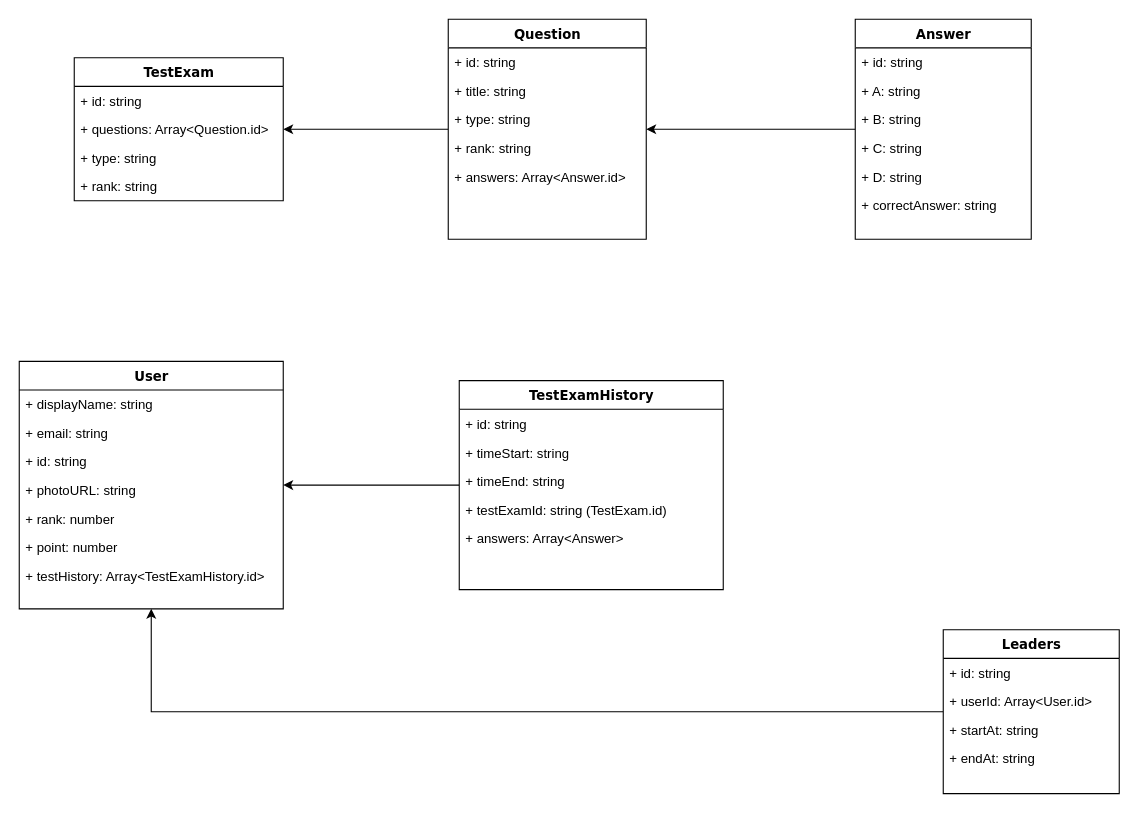
nguyenbinhanltv/EnQ-server keeps this draw.io diagram as Prototype/Untitled Diagram.drawio. Above is the earlier version. Source tidied: cells renumbered, new cells numbered last; positions are measured from the earlier drawing's top-left corner, leaving out a move shared by most shapes. Both pictures are drawn from the tidied source at 110%, with x=0, y=0 at pixel (19, 19).
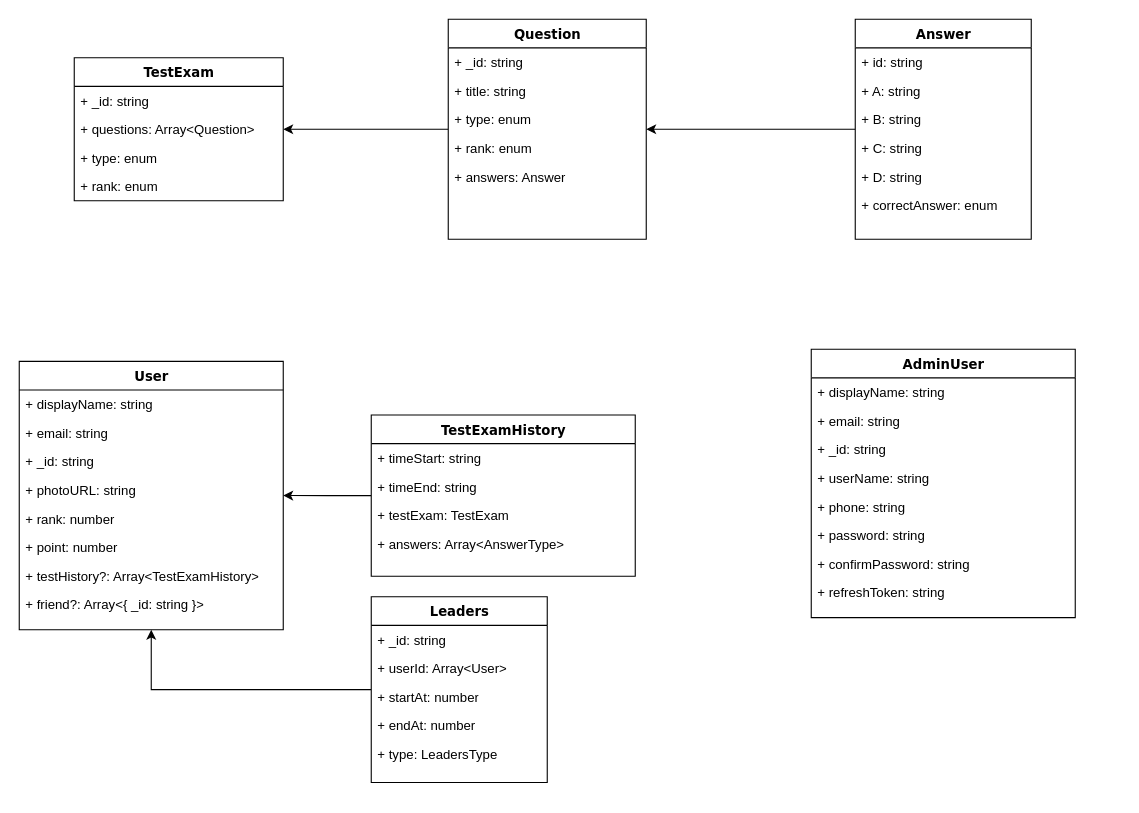
After the change.

Unchanged cells that the change refers to:
```xml
<mxCell id="4" value="TestExam" style="swimlane;html=1;fontStyle=1;align=center;verticalAlign=top;horizontal=1;startSize=26;swimlaneFillColor=#ffffff;rounded=0;shadow=0;comic=0;labelBackgroundColor=none;strokeWidth=1;fillColor=none;fontFamily=Verdana;fontSize=12;" parent="1" vertex="1">
  <mxGeometry x="50" y="35" width="190" height="130" as="geometry" />
</mxCell>
<mxCell id="9" value="Question" style="swimlane;html=1;fontStyle=1;align=center;verticalAlign=top;horizontal=1;startSize=26;swimlaneFillColor=#ffffff;rounded=0;shadow=0;comic=0;labelBackgroundColor=none;strokeWidth=1;fillColor=none;fontFamily=Verdana;fontSize=12;" parent="1" vertex="1">
  <mxGeometry x="390" width="180" height="200" as="geometry" />
</mxCell>
<mxCell id="15" value="Answer" style="swimlane;html=1;fontStyle=1;align=center;verticalAlign=top;horizontal=1;startSize=26;swimlaneFillColor=#ffffff;rounded=0;shadow=0;comic=0;labelBackgroundColor=none;strokeWidth=1;fillColor=none;fontFamily=Verdana;fontSize=12;" parent="1" vertex="1">
  <mxGeometry x="760" width="160" height="200" as="geometry" />
</mxCell>
```

What changed in the source:
```diff
@@
-    <mxCell id="5" value="+ id: string" style="text;html=1;strokeColor=none;fillColor=none;align=left;verticalAlign=top;spacingLeft=4;spacingRight=4;whiteSpace=wrap;overflow=hidden;" parent="4" vertex="1">
+    <mxCell id="5" value="+ _id: string" style="text;html=1;strokeColor=none;fillColor=none;align=left;verticalAlign=top;spacingLeft=4;spacingRight=4;whiteSpace=wrap;overflow=hidden;" parent="4" vertex="1">
       <mxGeometry y="26" width="190" height="26" as="geometry" />
     </mxCell>
-    <mxCell id="6" value="+ questions: Array&amp;lt;Question.id&amp;gt;" style="text;html=1;strokeColor=none;fillColor=none;align=left;verticalAlign=top;spacingLeft=4;spacingRight=4;whiteSpace=wrap;overflow=hidden;" parent="4" vertex="1">
+    <mxCell id="6" value="+ questions: Array&amp;lt;Question&amp;gt;" style="text;html=1;strokeColor=none;fillColor=none;align=left;verticalAlign=top;spacingLeft=4;spacingRight=4;whiteSpace=wrap;overflow=hidden;" parent="4" vertex="1">
       <mxGeometry y="52" width="190" height="26" as="geometry" />
     </mxCell>
-    <mxCell id="7" value="+ type: string" style="text;html=1;strokeColor=none;fillColor=none;align=left;verticalAlign=top;spacingLeft=4;spacingRight=4;whiteSpace=wrap;overflow=hidden;" parent="4" vertex="1">
+    <mxCell id="7" value="+ type: enum" style="text;html=1;strokeColor=none;fillColor=none;align=left;verticalAlign=top;spacingLeft=4;spacingRight=4;whiteSpace=wrap;overflow=hidden;" parent="4" vertex="1">
       <mxGeometry y="78" width="190" height="26" as="geometry" />
     </mxCell>
-    <mxCell id="8" value="+ rank: string" style="text;html=1;strokeColor=none;fillColor=none;align=left;verticalAlign=top;spacingLeft=4;spacingRight=4;whiteSpace=wrap;overflow=hidden;" parent="4" vertex="1">
+    <mxCell id="8" value="+ rank: enum" style="text;html=1;strokeColor=none;fillColor=none;align=left;verticalAlign=top;spacingLeft=4;spacingRight=4;whiteSpace=wrap;overflow=hidden;" parent="4" vertex="1">
       <mxGeometry y="104" width="190" height="26" as="geometry" />
     </mxCell>
@@
-    <mxCell id="10" value="+ id: string" style="text;html=1;strokeColor=none;fillColor=none;align=left;verticalAlign=top;spacingLeft=4;spacingRight=4;whiteSpace=wrap;overflow=hidden;" parent="9" vertex="1">
+    <mxCell id="10" value="+ _id: string" style="text;html=1;strokeColor=none;fillColor=none;align=left;verticalAlign=top;spacingLeft=4;spacingRight=4;whiteSpace=wrap;overflow=hidden;" parent="9" vertex="1">
       <mxGeometry y="26" width="180" height="26" as="geometry" />
     </mxCell>
@@
-    <mxCell id="12" value="+ type: string" style="text;html=1;strokeColor=none;fillColor=none;align=left;verticalAlign=top;spacingLeft=4;spacingRight=4;whiteSpace=wrap;overflow=hidden;" parent="9" vertex="1">
+    <mxCell id="12" value="+ type: enum" style="text;html=1;strokeColor=none;fillColor=none;align=left;verticalAlign=top;spacingLeft=4;spacingRight=4;whiteSpace=wrap;overflow=hidden;" parent="9" vertex="1">
       <mxGeometry y="78" width="180" height="26" as="geometry" />
     </mxCell>
-    <mxCell id="13" value="+ rank: string" style="text;html=1;strokeColor=none;fillColor=none;align=left;verticalAlign=top;spacingLeft=4;spacingRight=4;whiteSpace=wrap;overflow=hidden;" parent="9" vertex="1">
+    <mxCell id="13" value="+ rank: enum" style="text;html=1;strokeColor=none;fillColor=none;align=left;verticalAlign=top;spacingLeft=4;spacingRight=4;whiteSpace=wrap;overflow=hidden;" parent="9" vertex="1">
       <mxGeometry y="104" width="180" height="26" as="geometry" />
     </mxCell>
-    <mxCell id="14" value="+ answers: Array&amp;lt;Answer.id&amp;gt;" style="text;html=1;strokeColor=none;fillColor=none;align=left;verticalAlign=top;spacingLeft=4;spacingRight=4;whiteSpace=wrap;overflow=hidden;" parent="9" vertex="1">
+    <mxCell id="14" value="+ answers: Answer" style="text;html=1;strokeColor=none;fillColor=none;align=left;verticalAlign=top;spacingLeft=4;spacingRight=4;whiteSpace=wrap;overflow=hidden;" parent="9" vertex="1">
       <mxGeometry y="130" width="180" height="26" as="geometry" />
     </mxCell>
@@
-    <mxCell id="21" value="+ correctAnswer: string" style="text;html=1;strokeColor=none;fillColor=none;align=left;verticalAlign=top;spacingLeft=4;spacingRight=4;whiteSpace=wrap;overflow=hidden;" parent="15" vertex="1">
+    <mxCell id="21" value="+ correctAnswer: enum" style="text;html=1;strokeColor=none;fillColor=none;align=left;verticalAlign=top;spacingLeft=4;spacingRight=4;whiteSpace=wrap;overflow=hidden;" parent="15" vertex="1">
       <mxGeometry y="156" width="160" height="26" as="geometry" />
     </mxCell>
     <mxCell id="22" value="User" style="swimlane;html=1;fontStyle=1;align=center;verticalAlign=top;horizontal=1;startSize=26;swimlaneFillColor=#ffffff;rounded=0;shadow=0;comic=0;labelBackgroundColor=none;strokeWidth=1;fillColor=none;fontFamily=Verdana;fontSize=12;" parent="1" vertex="1">
-      <mxGeometry y="311" width="240" height="225" as="geometry" />
+      <mxGeometry y="311" width="240" height="244" as="geometry" />
     </mxCell>
@@
-    <mxCell id="25" value="+ id: string" style="text;html=1;strokeColor=none;fillColor=none;align=left;verticalAlign=top;spacingLeft=4;spacingRight=4;whiteSpace=wrap;overflow=hidden;" parent="22" vertex="1">
+    <mxCell id="25" value="+ _id: string" style="text;html=1;strokeColor=none;fillColor=none;align=left;verticalAlign=top;spacingLeft=4;spacingRight=4;whiteSpace=wrap;overflow=hidden;" parent="22" vertex="1">
       <mxGeometry y="78" width="240" height="26" as="geometry" />
     </mxCell>
@@
-    <mxCell id="29" value="+ testHistory: Array&amp;lt;TestExamHistory.id&amp;gt;" style="text;html=1;strokeColor=none;fillColor=none;align=left;verticalAlign=top;spacingLeft=4;spacingRight=4;whiteSpace=wrap;overflow=hidden;" parent="22" vertex="1">
+    <mxCell id="29" value="+ testHistory?: Array&amp;lt;TestExamHistory&amp;gt;" style="text;html=1;strokeColor=none;fillColor=none;align=left;verticalAlign=top;spacingLeft=4;spacingRight=4;whiteSpace=wrap;overflow=hidden;" parent="22" vertex="1">
       <mxGeometry y="182" width="240" height="26" as="geometry" />
     </mxCell>
+    <mxCell id="43" value="+ friend?: Array&amp;lt;{ _id: string }&amp;gt;" style="text;html=1;strokeColor=none;fillColor=none;align=left;verticalAlign=top;spacingLeft=4;spacingRight=4;whiteSpace=wrap;overflow=hidden;" parent="22" vertex="1">
+      <mxGeometry y="208" width="240" height="26" as="geometry" />
+    </mxCell>
@@
+    <mxCell id="37" style="edgeStyle=orthogonalEdgeStyle;rounded=0;jettySize=auto;html=1;entryX=0.5;entryY=1;entryDx=0;entryDy=0;" parent="1" edge="1" source="38" target="22">
+      <mxGeometry relative="1" as="geometry" />
+    </mxCell>
     <mxCell id="31" value="TestExamHistory" style="swimlane;html=1;fontStyle=1;align=center;verticalAlign=top;horizontal=1;startSize=26;swimlaneFillColor=#ffffff;rounded=0;shadow=0;comic=0;labelBackgroundColor=none;strokeWidth=1;fillColor=none;fontFamily=Verdana;fontSize=12;" parent="1" vertex="1">
-      <mxGeometry x="400" y="328.5" width="240" height="190" as="geometry" />
+      <mxGeometry x="320" y="359.8" width="240" height="146.5" as="geometry" />
     </mxCell>
-    <mxCell id="32" value="+ id: string&lt;br&gt;" style="text;html=1;strokeColor=none;fillColor=none;align=left;verticalAlign=top;spacingLeft=4;spacingRight=4;whiteSpace=wrap;overflow=hidden;" parent="31" vertex="1">
-      <mxGeometry y="26" width="240" height="26" as="geometry" />
-    </mxCell>
     <mxCell id="33" value="+ timeStart: string" style="text;html=1;strokeColor=none;fillColor=none;align=left;verticalAlign=top;spacingLeft=4;spacingRight=4;whiteSpace=wrap;overflow=hidden;" parent="31" vertex="1">
-      <mxGeometry y="52" width="240" height="26" as="geometry" />
+      <mxGeometry y="26" width="240" height="26" as="geometry" />
     </mxCell>
     <mxCell id="34" value="+ timeEnd: string" style="text;html=1;strokeColor=none;fillColor=none;align=left;verticalAlign=top;spacingLeft=4;spacingRight=4;whiteSpace=wrap;overflow=hidden;" parent="31" vertex="1">
-      <mxGeometry y="78" width="240" height="26" as="geometry" />
+      <mxGeometry y="52" width="240" height="26" as="geometry" />
     </mxCell>
-    <mxCell id="35" value="+ testExamId: string (TestExam.id)" style="text;html=1;strokeColor=none;fillColor=none;align=left;verticalAlign=top;spacingLeft=4;spacingRight=4;whiteSpace=wrap;overflow=hidden;" parent="31" vertex="1">
-      <mxGeometry y="104" width="240" height="26" as="geometry" />
+    <mxCell id="35" value="+ testExam: TestExam" style="text;html=1;strokeColor=none;fillColor=none;align=left;verticalAlign=top;spacingLeft=4;spacingRight=4;whiteSpace=wrap;overflow=hidden;" parent="31" vertex="1">
+      <mxGeometry y="78" width="240" height="26" as="geometry" />
     </mxCell>
-    <mxCell id="36" value="+ answers: Array&amp;lt;Answer&amp;gt;" style="text;html=1;strokeColor=none;fillColor=none;align=left;verticalAlign=top;spacingLeft=4;spacingRight=4;whiteSpace=wrap;overflow=hidden;" parent="31" vertex="1">
-      <mxGeometry y="130" width="240" height="26" as="geometry" />
+    <mxCell id="36" value="+ answers: Array&amp;lt;AnswerType&amp;gt;" style="text;html=1;strokeColor=none;fillColor=none;align=left;verticalAlign=top;spacingLeft=4;spacingRight=4;whiteSpace=wrap;overflow=hidden;" parent="31" vertex="1">
+      <mxGeometry y="104" width="240" height="26" as="geometry" />
     </mxCell>
-    <mxCell id="37" style="edgeStyle=orthogonalEdgeStyle;rounded=0;jettySize=auto;html=1;" parent="1" edge="1" source="38" target="22">
-      <mxGeometry relative="1" as="geometry" />
-    </mxCell>
     <mxCell id="38" value="Leaders" style="swimlane;html=1;fontStyle=1;align=center;verticalAlign=top;horizontal=1;startSize=26;swimlaneFillColor=#ffffff;rounded=0;shadow=0;comic=0;labelBackgroundColor=none;strokeWidth=1;fillColor=none;fontFamily=Verdana;fontSize=12;" parent="1" vertex="1">
-      <mxGeometry x="840" y="555" width="160" height="149" as="geometry" />
+      <mxGeometry x="320" y="525" width="160" height="168.8" as="geometry" />
     </mxCell>
-    <mxCell id="39" value="+ id: string" style="text;html=1;strokeColor=none;fillColor=none;align=left;verticalAlign=top;spacingLeft=4;spacingRight=4;whiteSpace=wrap;overflow=hidden;" parent="38" vertex="1">
+    <mxCell id="39" value="+ _id: string" style="text;html=1;strokeColor=none;fillColor=none;align=left;verticalAlign=top;spacingLeft=4;spacingRight=4;whiteSpace=wrap;overflow=hidden;" parent="38" vertex="1">
       <mxGeometry y="26" width="160" height="26" as="geometry" />
     </mxCell>
-    <mxCell id="40" value="+ userId: Array&amp;lt;User.id&amp;gt;" style="text;html=1;strokeColor=none;fillColor=none;align=left;verticalAlign=top;spacingLeft=4;spacingRight=4;whiteSpace=wrap;overflow=hidden;" parent="38" vertex="1">
+    <mxCell id="40" value="+ userId: Array&amp;lt;User&amp;gt;" style="text;html=1;strokeColor=none;fillColor=none;align=left;verticalAlign=top;spacingLeft=4;spacingRight=4;whiteSpace=wrap;overflow=hidden;" parent="38" vertex="1">
       <mxGeometry y="52" width="160" height="26" as="geometry" />
     </mxCell>
-    <mxCell id="41" value="+ startAt: string" style="text;html=1;strokeColor=none;fillColor=none;align=left;verticalAlign=top;spacingLeft=4;spacingRight=4;whiteSpace=wrap;overflow=hidden;" parent="38" vertex="1">
+    <mxCell id="41" value="+ startAt: number" style="text;html=1;strokeColor=none;fillColor=none;align=left;verticalAlign=top;spacingLeft=4;spacingRight=4;whiteSpace=wrap;overflow=hidden;" parent="38" vertex="1">
       <mxGeometry y="78" width="160" height="26" as="geometry" />
     </mxCell>
-    <mxCell id="42" value="+ endAt: string" style="text;html=1;strokeColor=none;fillColor=none;align=left;verticalAlign=top;spacingLeft=4;spacingRight=4;whiteSpace=wrap;overflow=hidden;" parent="38" vertex="1">
+    <mxCell id="42" value="+ endAt: number" style="text;html=1;strokeColor=none;fillColor=none;align=left;verticalAlign=top;spacingLeft=4;spacingRight=4;whiteSpace=wrap;overflow=hidden;" parent="38" vertex="1">
       <mxGeometry y="104" width="160" height="26" as="geometry" />
     </mxCell>
+    <mxCell id="44" value="+ type: LeadersType" style="text;html=1;strokeColor=none;fillColor=none;align=left;verticalAlign=top;spacingLeft=4;spacingRight=4;whiteSpace=wrap;overflow=hidden;" parent="38" vertex="1">
+      <mxGeometry y="130" width="160" height="26" as="geometry" />
+    </mxCell>
+    <mxCell id="45" value="AdminUser" style="swimlane;html=1;fontStyle=1;align=center;verticalAlign=top;horizontal=1;startSize=26;swimlaneFillColor=#ffffff;rounded=0;shadow=0;comic=0;labelBackgroundColor=none;strokeWidth=1;fillColor=none;fontFamily=Verdana;fontSize=12;" parent="1" vertex="1">
+      <mxGeometry x="720" y="300" width="240" height="244" as="geometry" />
+    </mxCell>
+    <mxCell id="46" value="+ displayName: string" style="text;html=1;strokeColor=none;fillColor=none;align=left;verticalAlign=top;spacingLeft=4;spacingRight=4;whiteSpace=wrap;overflow=hidden;" parent="45" vertex="1">
+      <mxGeometry y="26" width="240" height="26" as="geometry" />
+    </mxCell>
+    <mxCell id="47" value="+ email: string" style="text;html=1;strokeColor=none;fillColor=none;align=left;verticalAlign=top;spacingLeft=4;spacingRight=4;whiteSpace=wrap;overflow=hidden;" parent="45" vertex="1">
+      <mxGeometry y="52" width="240" height="26" as="geometry" />
+    </mxCell>
+    <mxCell id="48" value="+ _id: string" style="text;html=1;strokeColor=none;fillColor=none;align=left;verticalAlign=top;spacingLeft=4;spacingRight=4;whiteSpace=wrap;overflow=hidden;" parent="45" vertex="1">
+      <mxGeometry y="78" width="240" height="26" as="geometry" />
+    </mxCell>
+    <mxCell id="49" value="+ userName: string" style="text;html=1;strokeColor=none;fillColor=none;align=left;verticalAlign=top;spacingLeft=4;spacingRight=4;whiteSpace=wrap;overflow=hidden;" parent="45" vertex="1">
+      <mxGeometry y="104" width="240" height="26" as="geometry" />
+    </mxCell>
+    <mxCell id="50" value="+ phone: string" style="text;html=1;strokeColor=none;fillColor=none;align=left;verticalAlign=top;spacingLeft=4;spacingRight=4;whiteSpace=wrap;overflow=hidden;" parent="45" vertex="1">
+      <mxGeometry y="130" width="240" height="26" as="geometry" />
+    </mxCell>
+    <mxCell id="51" value="+ password: string" style="text;html=1;strokeColor=none;fillColor=none;align=left;verticalAlign=top;spacingLeft=4;spacingRight=4;whiteSpace=wrap;overflow=hidden;" parent="45" vertex="1">
+      <mxGeometry y="156" width="240" height="26" as="geometry" />
+    </mxCell>
+    <mxCell id="52" value="+ confirmPassword: string" style="text;html=1;strokeColor=none;fillColor=none;align=left;verticalAlign=top;spacingLeft=4;spacingRight=4;whiteSpace=wrap;overflow=hidden;" parent="45" vertex="1">
+      <mxGeometry y="182" width="240" height="26" as="geometry" />
+    </mxCell>
+    <mxCell id="53" value="+ refreshToken: string" style="text;html=1;strokeColor=none;fillColor=none;align=left;verticalAlign=top;spacingLeft=4;spacingRight=4;whiteSpace=wrap;overflow=hidden;" parent="45" vertex="1">
+      <mxGeometry y="208" width="240" height="26" as="geometry" />
+    </mxCell>
```
